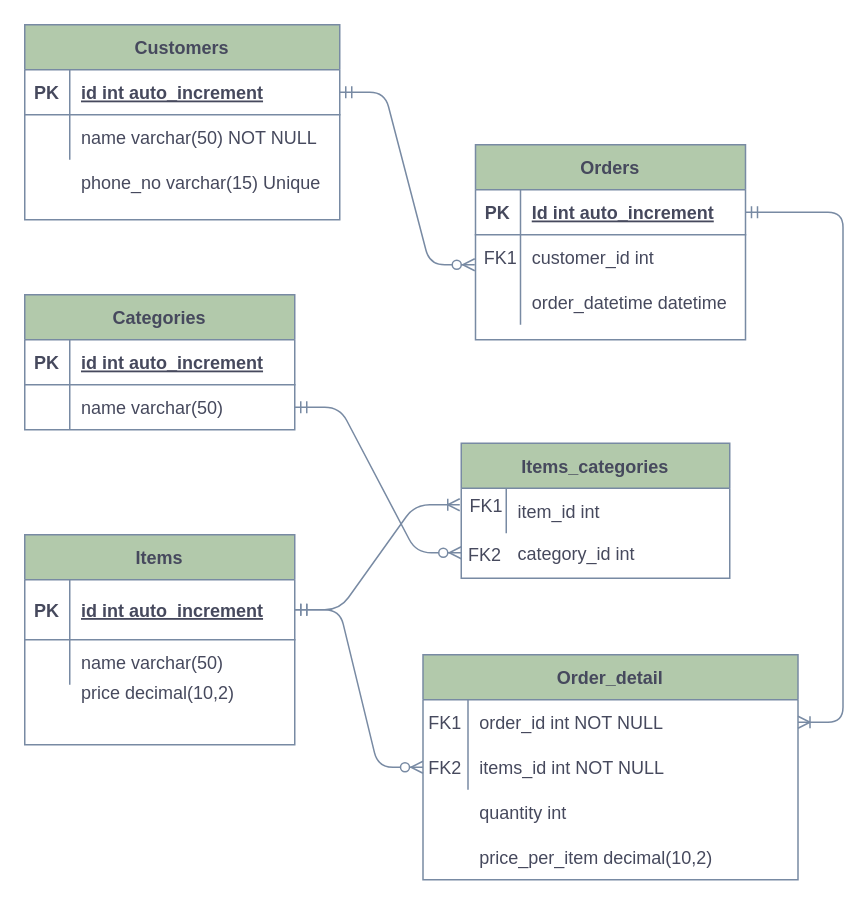
Before: homework_2/homework2_erd.drawio in putrirmd/RubyIntermediate, a draw.io diagram. Source tidied: cells renumbered, new cells numbered last; positions are measured from the earlier drawing's top-left corner, leaving out a move shared by most shapes. Both pictures are drawn from the tidied source at 150%, with x=0, y=0 at pixel (24, 24).
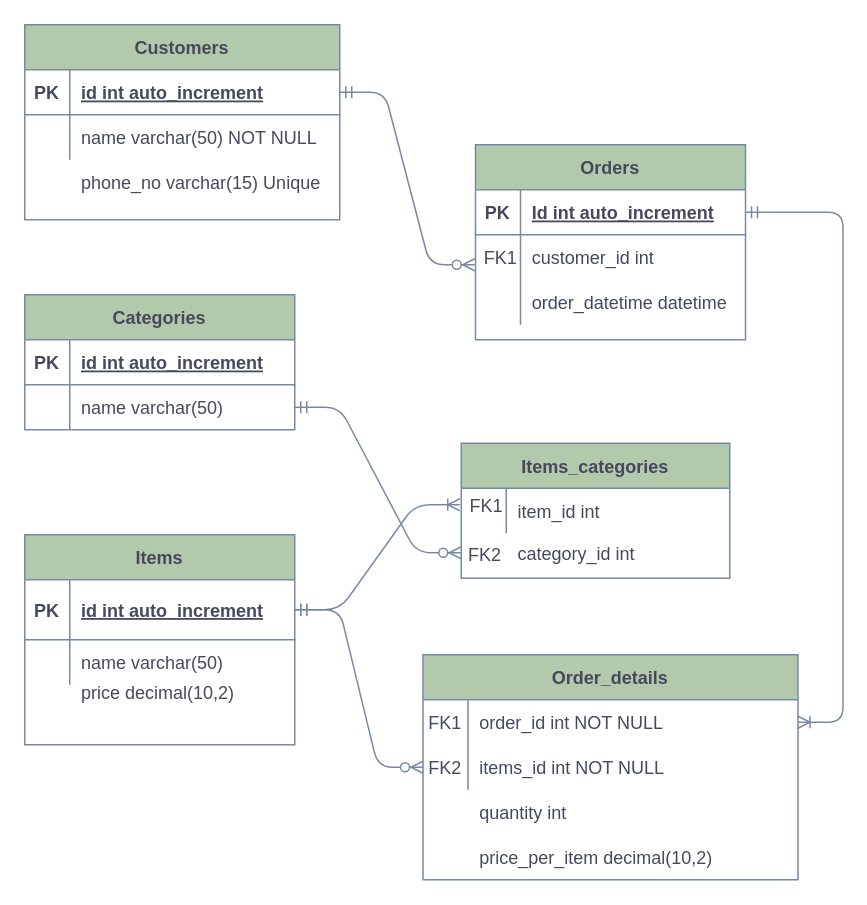
The same page after the edit.

The change refers to these unchanged cells:
```xml
<mxCell id="44" style="group;fontColor=#46495D;" parent="1" vertex="1">
  <mxGeometry x="265.5" y="420" width="250" height="150" as="geometry" />
</mxCell>
```

What changed in the source:
```diff
@@
-    <mxCell id="53" value="Order_detail" style="shape=table;startSize=30;childLayout=tableLayout;rowLines=0;fontStyle=1;align=center;fillColor=#B2C9AB;strokeColor=#788AA3;fontColor=#46495D;" parent="44" vertex="1">
+    <mxCell id="53" value="Order_details" style="shape=table;startSize=30;childLayout=tableLayout;rowLines=0;fontStyle=1;align=center;fillColor=#B2C9AB;strokeColor=#788AA3;fontColor=#46495D;" parent="44" vertex="1">
       <mxGeometry width="250" height="150" as="geometry" />
     </mxCell>
```
